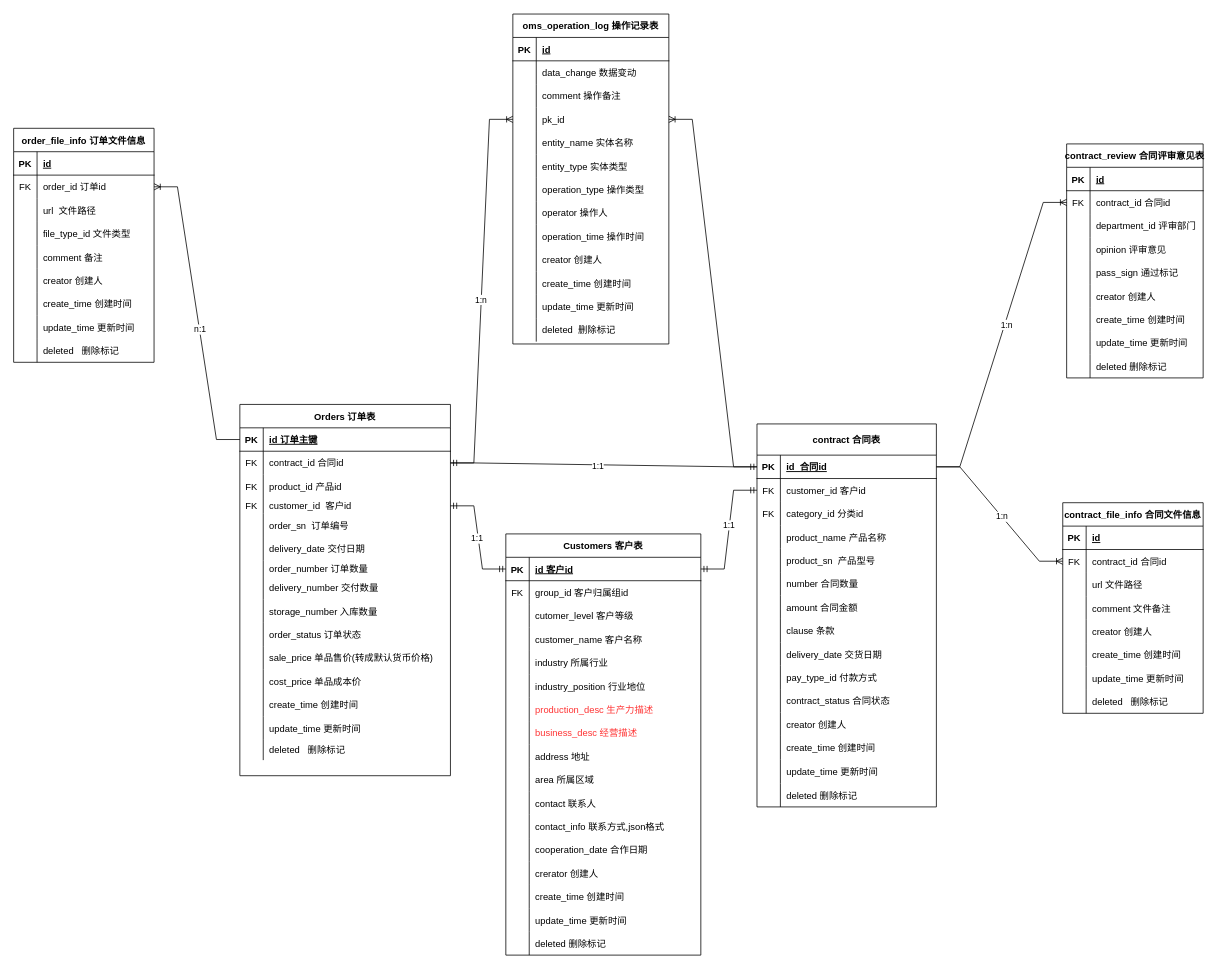
Jorwe/UML keeps this draw.io diagram as OMS/OMS_ER.drawio. Above is the earlier version. Source tidied: cells renumbered, new cells numbered last; positions are measured from the earlier drawing's top-left corner, leaving out a move shared by most shapes. Both pictures are drawn from the tidied source at 78%, with x=0, y=0 at pixel (13, 14).
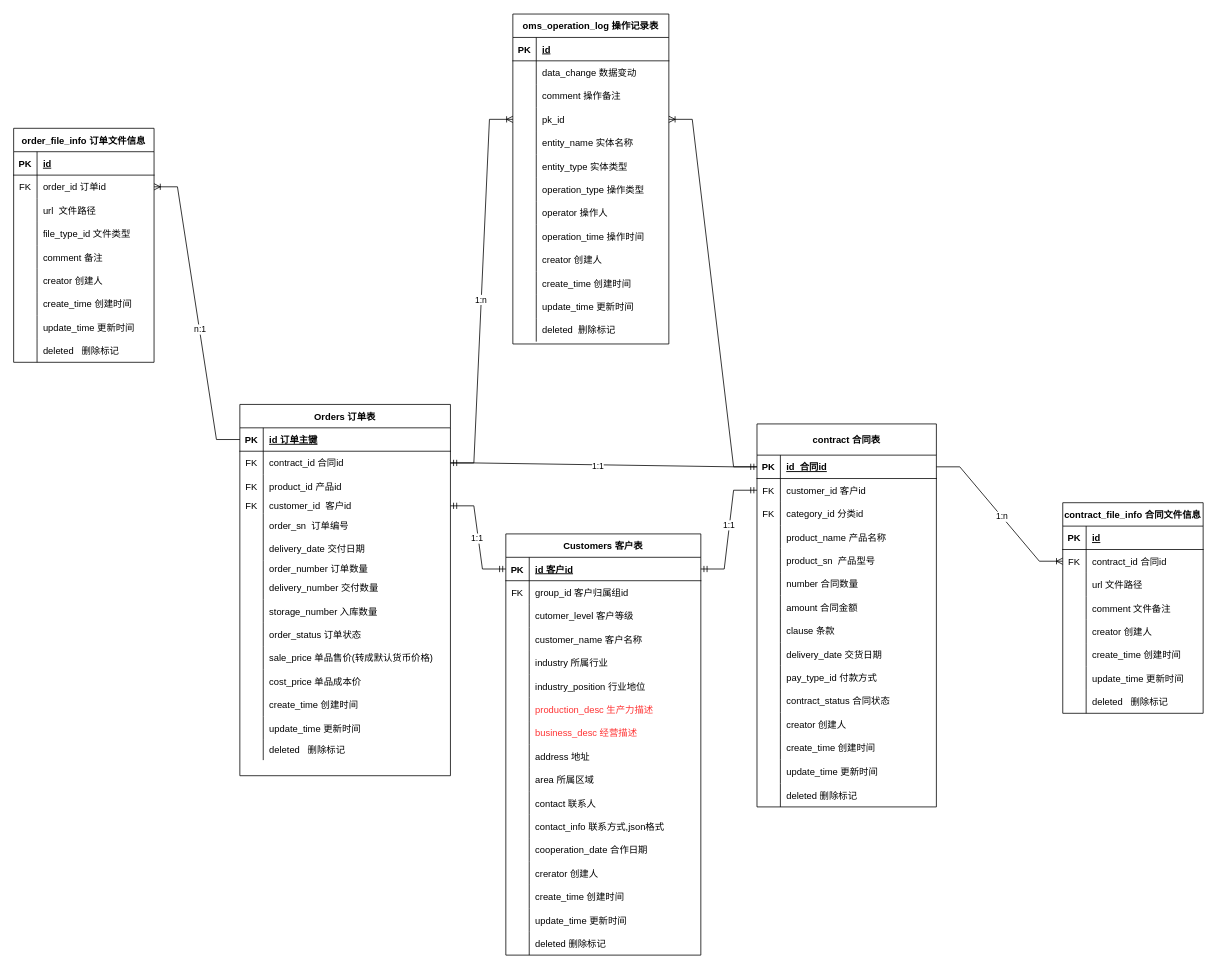
The same diagram, later.

Unchanged cells that the change refers to:
```xml
<mxCell id="103" style="shape=tableRow;horizontal=0;startSize=0;swimlaneHead=0;swimlaneBody=0;fillColor=none;points=[[0,0.5],[1,0.5]];portConstraint=eastwest;top=0;left=0;right=0;bottom=1;" parent="102" vertex="1">
  <mxGeometry y="40" width="230" height="30" as="geometry" />
</mxCell>
```

The edit, as a diff of the source:
```diff
@@
-    <mxCell id="152" value="contract_review 合同评审意见表" style="shape=table;startSize=30;childLayout=tableLayout;rowLines=0;fontStyle=1;align=center;" parent="1" vertex="1">
-      <mxGeometry x="1350" y="166" width="175" height="300" as="geometry" />
-    </mxCell>
-    <mxCell id="153" style="shape=tableRow;horizontal=0;startSize=0;swimlaneHead=0;swimlaneBody=0;fillColor=none;top=0;left=0;right=0;bottom=1;" parent="152" vertex="1">
-      <mxGeometry y="30" width="175" height="30" as="geometry" />
-    </mxCell>
-    <mxCell id="154" value="PK" style="shape=partialRectangle;fillColor=none;top=0;left=0;bottom=0;right=0;fontStyle=1;overflow=hidden;" parent="153" vertex="1">
-      <mxGeometry width="30" height="30" as="geometry" />
-    </mxCell>
-    <mxCell id="155" value="id" style="shape=partialRectangle;fillColor=none;top=0;left=0;bottom=0;right=0;align=left;spacingLeft=6;fontStyle=5;overflow=hidden;" parent="153" vertex="1">
-      <mxGeometry x="30" width="145" height="30" as="geometry" />
-    </mxCell>
-    <mxCell id="156" style="shape=tableRow;horizontal=0;startSize=0;swimlaneHead=0;swimlaneBody=0;fillColor=none;points=[[0,0.5],[1,0.5]];portConstraint=eastwest;top=0;left=0;right=0;bottom=0;" parent="152" vertex="1">
-      <mxGeometry y="60" width="175" height="30" as="geometry" />
-    </mxCell>
-    <mxCell id="157" value="FK" style="shape=partialRectangle;fillColor=none;top=0;left=0;bottom=0;right=0;fontStyle=0;overflow=hidden;" parent="156" vertex="1">
-      <mxGeometry width="30" height="30" as="geometry" />
-    </mxCell>
-    <mxCell id="158" value="contract_id 合同id" style="shape=partialRectangle;fillColor=none;top=0;left=0;bottom=0;right=0;align=left;spacingLeft=6;fontStyle=0;overflow=hidden;" parent="156" vertex="1">
-      <mxGeometry x="30" width="145" height="30" as="geometry" />
-    </mxCell>
-    <mxCell id="159" style="shape=tableRow;horizontal=0;startSize=0;swimlaneHead=0;swimlaneBody=0;fillColor=none;top=0;left=0;right=0;bottom=0;" parent="152" vertex="1">
-      <mxGeometry y="90" width="175" height="30" as="geometry" />
-    </mxCell>
-    <mxCell id="160" style="shape=partialRectangle;fillColor=none;top=0;left=0;bottom=0;right=0;overflow=hidden;" parent="159" vertex="1">
-      <mxGeometry width="30" height="30" as="geometry" />
-    </mxCell>
-    <mxCell id="161" value="department_id 评审部门" style="shape=partialRectangle;fillColor=none;top=0;left=0;bottom=0;right=0;align=left;spacingLeft=6;overflow=hidden;" parent="159" vertex="1">
-      <mxGeometry x="30" width="145" height="30" as="geometry" />
-    </mxCell>
-    <mxCell id="162" style="shape=tableRow;horizontal=0;startSize=0;swimlaneHead=0;swimlaneBody=0;fillColor=none;top=0;left=0;right=0;bottom=0;" parent="152" vertex="1">
-      <mxGeometry y="120" width="175" height="30" as="geometry" />
-    </mxCell>
-    <mxCell id="163" style="shape=partialRectangle;fillColor=none;top=0;left=0;bottom=0;right=0;overflow=hidden;" parent="162" vertex="1">
-      <mxGeometry width="30" height="30" as="geometry" />
-    </mxCell>
-    <mxCell id="164" value="opinion 评审意见" style="shape=partialRectangle;fillColor=none;top=0;left=0;bottom=0;right=0;align=left;spacingLeft=6;overflow=hidden;" parent="162" vertex="1">
-      <mxGeometry x="30" width="145" height="30" as="geometry" />
-    </mxCell>
-    <mxCell id="165" style="shape=tableRow;horizontal=0;startSize=0;swimlaneHead=0;swimlaneBody=0;fillColor=none;top=0;left=0;right=0;bottom=0;" parent="152" vertex="1">
-      <mxGeometry y="150" width="175" height="30" as="geometry" />
-    </mxCell>
-    <mxCell id="166" style="shape=partialRectangle;fillColor=none;top=0;left=0;bottom=0;right=0;overflow=hidden;" parent="165" vertex="1">
-      <mxGeometry width="30" height="30" as="geometry" />
-    </mxCell>
-    <mxCell id="167" value="pass_sign 通过标记" style="shape=partialRectangle;fillColor=none;top=0;left=0;bottom=0;right=0;align=left;spacingLeft=6;overflow=hidden;" parent="165" vertex="1">
-      <mxGeometry x="30" width="145" height="30" as="geometry" />
-    </mxCell>
-    <mxCell id="168" style="shape=tableRow;horizontal=0;startSize=0;swimlaneHead=0;swimlaneBody=0;fillColor=none;top=0;left=0;right=0;bottom=0;" parent="152" vertex="1">
-      <mxGeometry y="180" width="175" height="30" as="geometry" />
-    </mxCell>
-    <mxCell id="169" style="shape=partialRectangle;fillColor=none;top=0;left=0;bottom=0;right=0;overflow=hidden;" parent="168" vertex="1">
-      <mxGeometry width="30" height="30" as="geometry" />
-    </mxCell>
-    <mxCell id="170" value="creator 创建人" style="shape=partialRectangle;fillColor=none;top=0;left=0;bottom=0;right=0;align=left;spacingLeft=6;overflow=hidden;" parent="168" vertex="1">
-      <mxGeometry x="30" width="145" height="30" as="geometry" />
-    </mxCell>
-    <mxCell id="171" style="shape=tableRow;horizontal=0;startSize=0;swimlaneHead=0;swimlaneBody=0;fillColor=none;top=0;left=0;right=0;bottom=0;" parent="152" vertex="1">
-      <mxGeometry y="210" width="175" height="30" as="geometry" />
-    </mxCell>
-    <mxCell id="172" style="shape=partialRectangle;fillColor=none;top=0;left=0;bottom=0;right=0;overflow=hidden;" parent="171" vertex="1">
-      <mxGeometry width="30" height="30" as="geometry" />
-    </mxCell>
-    <mxCell id="173" value="create_time 创建时间" style="shape=partialRectangle;fillColor=none;top=0;left=0;bottom=0;right=0;align=left;spacingLeft=6;overflow=hidden;" parent="171" vertex="1">
-      <mxGeometry x="30" width="145" height="30" as="geometry" />
-    </mxCell>
-    <mxCell id="174" style="shape=tableRow;horizontal=0;startSize=0;swimlaneHead=0;swimlaneBody=0;fillColor=none;top=0;left=0;right=0;bottom=0;" parent="152" vertex="1">
-      <mxGeometry y="240" width="175" height="30" as="geometry" />
-    </mxCell>
-    <mxCell id="175" style="shape=partialRectangle;fillColor=none;top=0;left=0;bottom=0;right=0;overflow=hidden;" parent="174" vertex="1">
-      <mxGeometry width="30" height="30" as="geometry" />
-    </mxCell>
-    <mxCell id="176" value="update_time 更新时间" style="shape=partialRectangle;fillColor=none;top=0;left=0;bottom=0;right=0;align=left;spacingLeft=6;overflow=hidden;" parent="174" vertex="1">
-      <mxGeometry x="30" width="145" height="30" as="geometry" />
-    </mxCell>
-    <mxCell id="177" style="shape=tableRow;horizontal=0;startSize=0;swimlaneHead=0;swimlaneBody=0;fillColor=none;top=0;left=0;right=0;bottom=0;" parent="152" vertex="1">
-      <mxGeometry y="270" width="175" height="30" as="geometry" />
-    </mxCell>
-    <mxCell id="178" style="shape=partialRectangle;fillColor=none;top=0;left=0;bottom=0;right=0;overflow=hidden;" parent="177" vertex="1">
-      <mxGeometry width="30" height="30" as="geometry" />
-    </mxCell>
-    <mxCell id="179" value="deleted 删除标记" style="shape=partialRectangle;fillColor=none;top=0;left=0;bottom=0;right=0;align=left;spacingLeft=6;overflow=hidden;" parent="177" vertex="1">
-      <mxGeometry x="30" width="145" height="30" as="geometry" />
-    </mxCell>
-    <mxCell id="180" style="edgeStyle=entityRelationEdgeStyle;fontSize=12;html=1;endArrow=ERoneToMany;rounded=0;entryX=0;entryY=0.5;entryDx=0;entryDy=0;exitX=1;exitY=0.5;exitDx=0;exitDy=0;" parent="1" edge="1" source="103" target="156">
-      <mxGeometry relative="1" as="geometry" />
-    </mxCell>
-    <mxCell id="181" value="1:n" style="edgeLabel;html=1;align=center;verticalAlign=middle;" parent="180" vertex="1">
-      <mxGeometry x="0.07" y="-2" relative="1" as="geometry" />
-    </mxCell>
```
